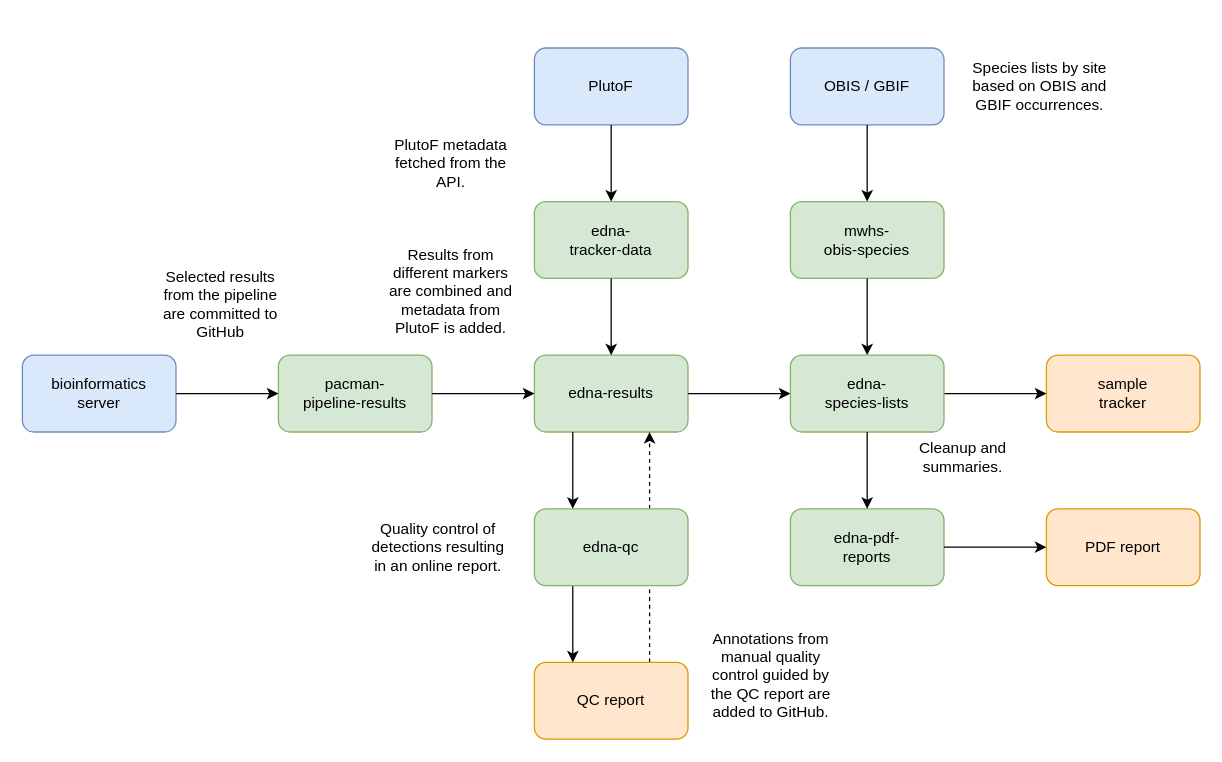
Above: data_flow.drawio in iobis/edna-expeditions (draw.io), before the change. Source tidied: cells renumbered, new cells numbered last; positions are measured from the earlier drawing's top-left corner, leaving out a move shared by most shapes. Both pictures are drawn from the tidied source at 128%, with x=0, y=0 at pixel (22, 22).
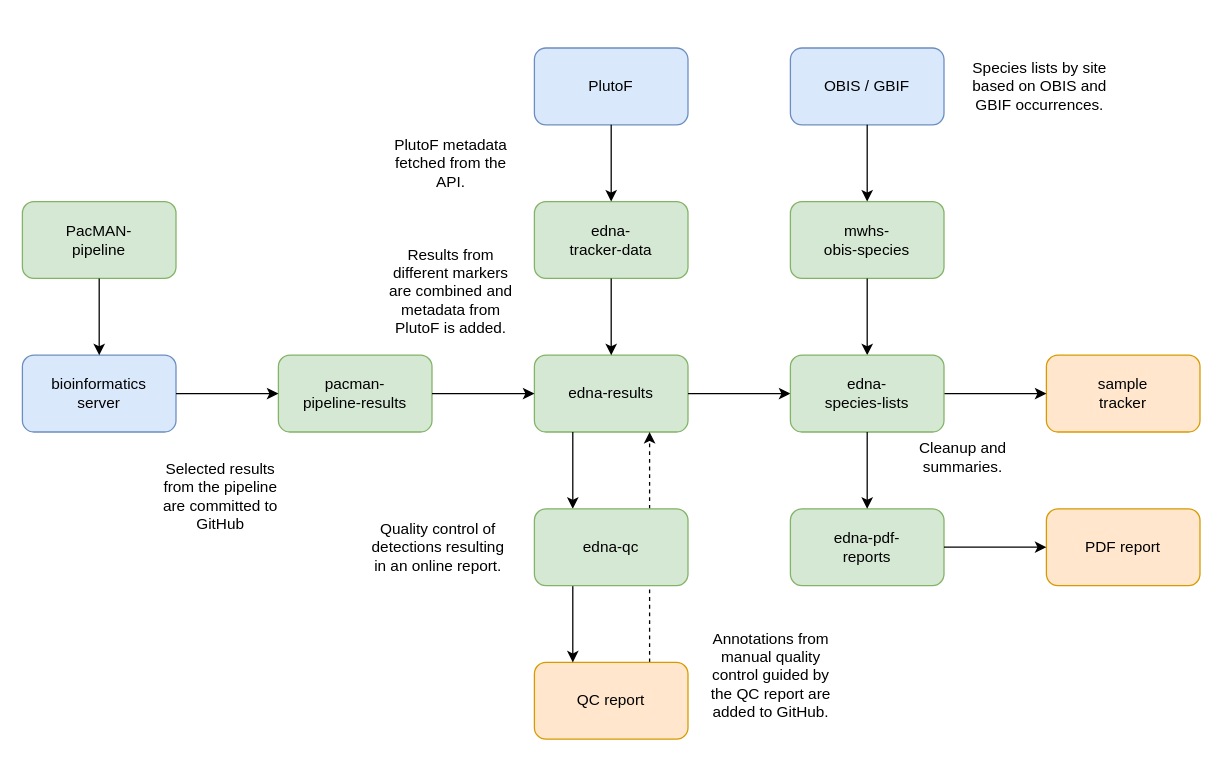
The same page after the edit.

Unchanged cells that the change refers to:
```xml
<mxCell id="19" value="bioinformatics&lt;br&gt;server" style="rounded=1;whiteSpace=wrap;html=1;fillColor=#dae8fc;strokeColor=#6c8ebf;" parent="1" vertex="1">
  <mxGeometry y="260" width="120" height="60" as="geometry" />
</mxCell>
```

The edit, as a diff of the source:
```diff
@@
     <mxCell id="22" value="Selected results from the pipeline are committed to GitHub" style="text;html=1;strokeColor=none;fillColor=none;align=center;verticalAlign=middle;whiteSpace=wrap;rounded=0;" parent="1" vertex="1">
-      <mxGeometry x="100" y="170" width="110" height="100" as="geometry" />
+      <mxGeometry x="100" y="320" width="110" height="100" as="geometry" />
     </mxCell>
@@
+    <mxCell id="35" value="PacMAN-&lt;br&gt;pipeline" style="rounded=1;whiteSpace=wrap;html=1;fillColor=#d5e8d4;strokeColor=#82b366;" parent="1" vertex="1">
+      <mxGeometry y="140" width="120" height="60" as="geometry" />
+    </mxCell>
+    <mxCell id="36" style="endArrow=classic;html=1;rounded=0;entryX=0.5;entryY=0;entryDx=0;entryDy=0;exitX=0.5;exitY=1;exitDx=0;exitDy=0;" parent="1" edge="1" source="35" target="19">
+      <mxGeometry relative="1" as="geometry" />
+    </mxCell>
```
